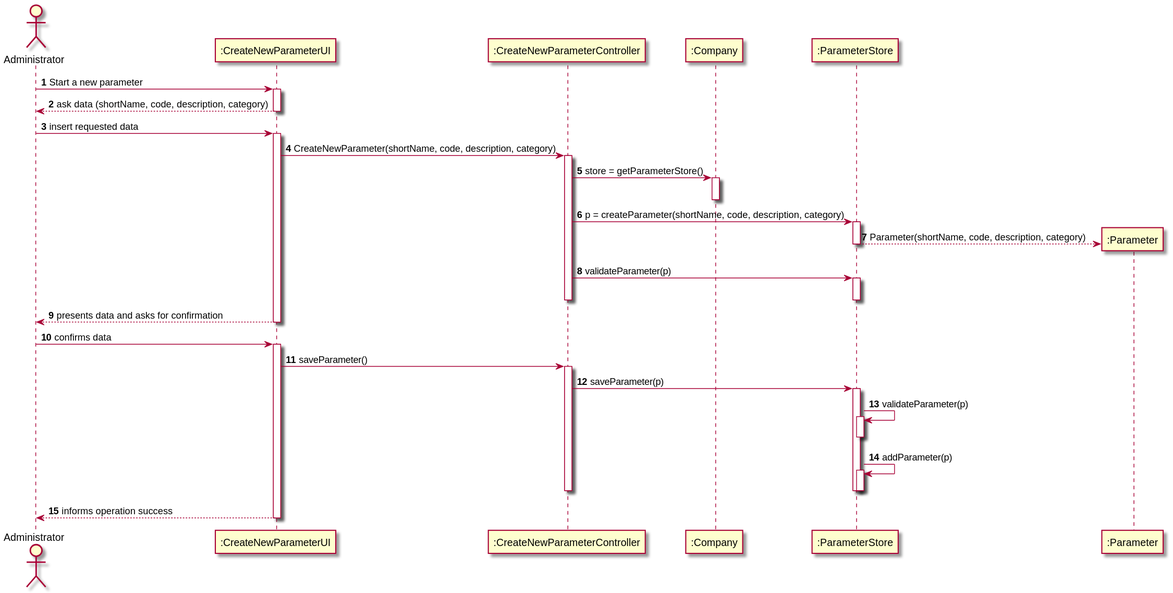
Above: docs/SprintC/US10/UC10_SD.svg in GuilhermeCunha79/lapr2 (PlantUML), before the change.
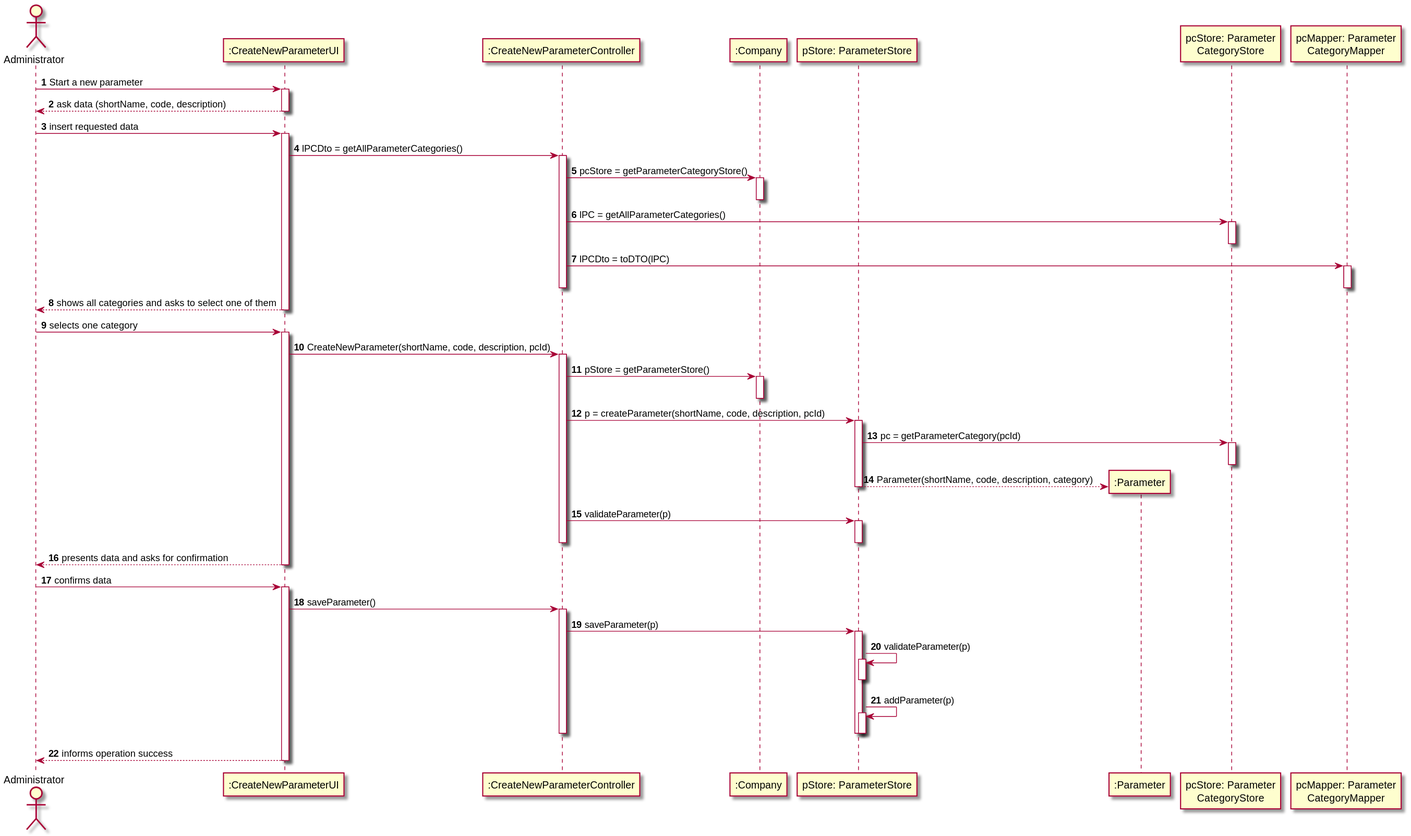
Above is the later version.

Diff of the diagram source:
```diff
@@ -6,24 +6,45 @@
 participant ":CreateNewParameterUI" as UI
 participant ":CreateNewParameterController" as CTRL
 participant ":Company" as COMP
-participant ":ParameterStore" as PS
+participant "pStore: ParameterStore" as PS
 participant ":Parameter" as P
+participant "pcStore: Parameter\nCategoryStore" as PCS
+participant "pcMapper: Parameter\nCategoryMapper" as PCM
 
 
 
 ADMIN -> UI : Start a new parameter
 activate UI
-UI --> ADMIN : ask data (shortName, code, description, category)
+UI --> ADMIN : ask data (shortName, code, description)
 deactivate UI
 ADMIN -> UI : insert requested data
 activate UI
-    UI -> CTRL : CreateNewParameter(shortName, code, description, category)
+UI -> CTRL : lPCDto = getAllParameterCategories()
     activate CTRL
-        CTRL -> COMP : store = getParameterStore()
+        CTRL -> COMP : pcStore = getParameterCategoryStore()
         activate COMP
         deactivate COMP
-        CTRL -> PS : p = createParameter(shortName, code, description, category)
+        CTRL -> PCS : lPC = getAllParameterCategories()
+        activate PCS
+        deactivate PCS
+        CTRL -> PCM : lPCDto = toDTO(lPC)
+        activate PCM
+        deactivate PCM
+    deactivate CTRL
+UI --> ADMIN : shows all categories and asks to select one of them
+deactivate UI
+ADMIN -> UI : selects one category
+activate UI
+    UI -> CTRL : CreateNewParameter(shortName, code, description, pcId)
+    activate CTRL
+        CTRL -> COMP : pStore = getParameterStore()
+        activate COMP
+        deactivate COMP
+        CTRL -> PS : p = createParameter(shortName, code, description, pcId)
         activate PS
+            PS -> PCS : pc = getParameterCategory(pcId)
+            activate PCS
+            deactivate PCS
             PS --> P** : Parameter(shortName, code, description, category)
         deactivate PS
         CTRL -> PS : validateParameter(p)
```
